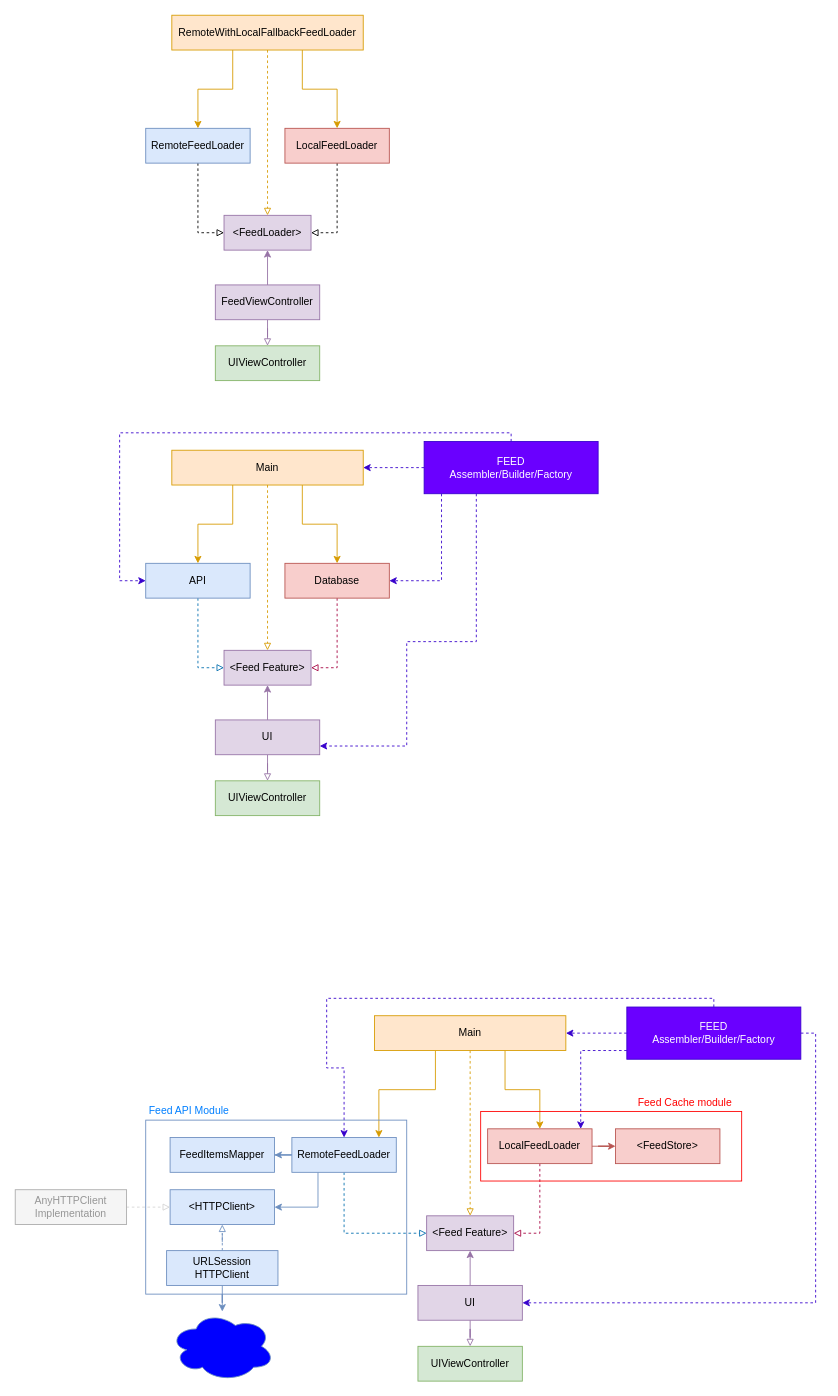
This is Untitled Diagram.drawio from zmkhtr/diagrams, a draw.io file, before an edit. Source tidied: cells renumbered, new cells numbered last; positions are measured from the earlier drawing's top-left corner, leaving out a move shared by most shapes. Both pictures are drawn from the tidied source at 87%, with x=0, y=0 at pixel (15, 15).
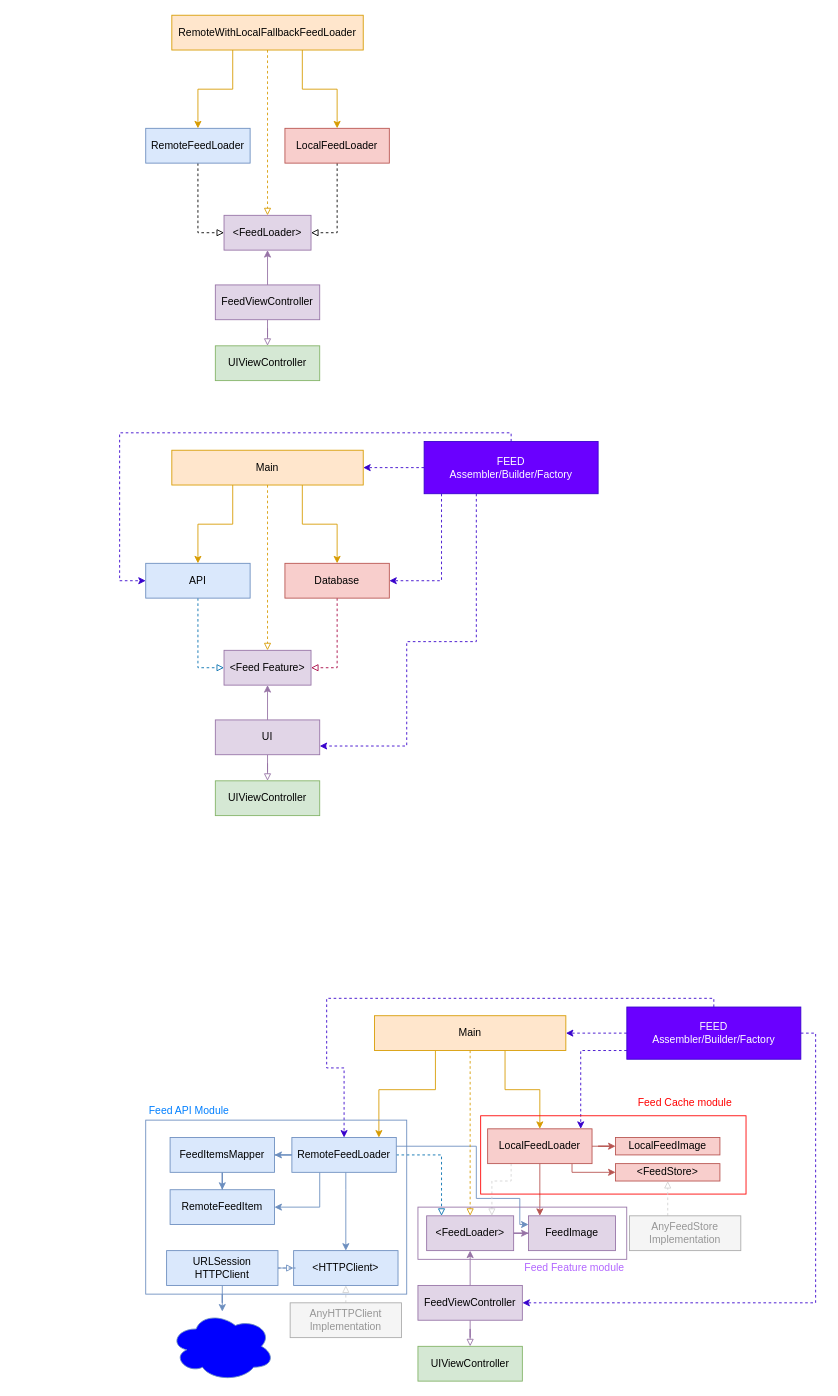
The same page after the edit.

Unchanged cells that the change refers to:
```xml
<mxCell id="41" value="RemoteFeedLoader" style="rounded=0;whiteSpace=wrap;html=1;fillColor=#dae8fc;strokeColor=#6c8ebf;" parent="1" vertex="1">
  <mxGeometry x="318" y="1290" width="120" height="40" as="geometry" />
</mxCell>
<mxCell id="44" value="LocalFeedLoader" style="rounded=0;whiteSpace=wrap;html=1;fillColor=#f8cecc;strokeColor=#b85450;" parent="1" vertex="1">
  <mxGeometry x="543" y="1280" width="120" height="40" as="geometry" />
</mxCell>
<mxCell id="54" value="FeedItemsMapper" style="rounded=0;whiteSpace=wrap;html=1;fillColor=#dae8fc;strokeColor=#6c8ebf;" parent="1" vertex="1">
  <mxGeometry x="178" y="1290" width="120" height="40" as="geometry" />
</mxCell>
```

Change to the diagram source:
```diff
@@
-    <mxCell id="35" value="UI" style="rounded=0;whiteSpace=wrap;html=1;fillColor=#e1d5e7;strokeColor=#9673a6;" parent="1" vertex="1">
+    <mxCell id="35" value="FeedViewController" style="rounded=0;whiteSpace=wrap;html=1;fillColor=#e1d5e7;strokeColor=#9673a6;" parent="1" vertex="1">
       <mxGeometry x="462.9" y="1460" width="120" height="40" as="geometry" />
     </mxCell>
@@
+    <mxCell id="67" style="edgeStyle=orthogonalEdgeStyle;rounded=0;jettySize=auto;html=1;entryX=0;entryY=0.5;entryDx=0;entryDy=0;labelBackgroundColor=default;fontColor=#1726FF;strokeColor=#9673a6;endFill=1;fillColor=#e1d5e7;" parent="1" edge="1" source="37" target="73">
+      <mxGeometry relative="1" as="geometry" />
+    </mxCell>
-    <mxCell id="37" value="&amp;lt;Feed Feature&amp;gt;" style="rounded=0;whiteSpace=wrap;html=1;fillColor=#e1d5e7;strokeColor=#9673a6;" parent="1" vertex="1">
+    <mxCell id="37" value="&amp;lt;FeedLoader&amp;gt;" style="rounded=0;whiteSpace=wrap;html=1;fillColor=#e1d5e7;strokeColor=#9673a6;" parent="1" vertex="1">
       <mxGeometry x="472.9" y="1380" width="100" height="40" as="geometry" />
     </mxCell>
-    <mxCell id="38" style="edgeStyle=orthogonalEdgeStyle;rounded=0;jettySize=auto;html=1;entryX=0;entryY=0.5;entryDx=0;entryDy=0;fontColor=#1726FF;endArrow=block;endFill=0;dashed=1;fillColor=#1ba1e2;strokeColor=#006EAF;exitX=0.5;exitY=1;exitDx=0;exitDy=0;" parent="1" edge="1" source="41" target="37">
-      <mxGeometry relative="1" as="geometry" />
+    <mxCell id="38" style="edgeStyle=orthogonalEdgeStyle;rounded=0;jettySize=auto;html=1;fontColor=#1726FF;endArrow=block;endFill=0;dashed=1;fillColor=#1ba1e2;strokeColor=#006EAF;exitX=1;exitY=0.5;exitDx=0;exitDy=0;" parent="1" edge="1" source="41">
+      <mxGeometry relative="1" as="geometry">
+        <mxPoint x="490" y="1380" as="targetPoint" />
+        <Array as="points">
+          <mxPoint x="490" y="1310" />
+        </Array>
+      </mxGeometry>
     </mxCell>
-    <mxCell id="39" style="edgeStyle=orthogonalEdgeStyle;rounded=0;jettySize=auto;html=1;entryX=1;entryY=0.5;entryDx=0;entryDy=0;fillColor=#dae8fc;strokeColor=#6c8ebf;" parent="1" edge="1" source="41" target="55">
+    <mxCell id="39" style="edgeStyle=orthogonalEdgeStyle;rounded=0;jettySize=auto;html=1;entryX=0.5;entryY=0;entryDx=0;entryDy=0;fillColor=#dae8fc;strokeColor=#6c8ebf;" parent="1" edge="1" source="41" target="55">
       <mxGeometry relative="1" as="geometry">
         <Array as="points">
-          <mxPoint x="348" y="1370" />
+          <mxPoint x="380" y="1350" />
+          <mxPoint x="380" y="1350" />
         </Array>
       </mxGeometry>
     </mxCell>
@@
+    <mxCell id="68" style="edgeStyle=orthogonalEdgeStyle;rounded=0;jettySize=auto;html=1;labelBackgroundColor=default;fontColor=default;strokeColor=#6c8ebf;entryX=1;entryY=0.5;entryDx=0;entryDy=0;fillColor=#dae8fc;" parent="1" edge="1" source="41" target="74">
+      <mxGeometry relative="1" as="geometry">
+        <Array as="points">
+          <mxPoint x="350" y="1370" />
+        </Array>
+      </mxGeometry>
+    </mxCell>
+    <mxCell id="69" style="edgeStyle=orthogonalEdgeStyle;rounded=0;jettySize=auto;html=1;entryX=0;entryY=0.25;entryDx=0;entryDy=0;labelBackgroundColor=default;fontColor=default;strokeColor=#6c8ebf;fillColor=#dae8fc;" parent="1" edge="1" source="41" target="73">
+      <mxGeometry relative="1" as="geometry">
+        <Array as="points">
+          <mxPoint x="530" y="1300" />
+          <mxPoint x="530" y="1360" />
+          <mxPoint x="580" y="1360" />
+          <mxPoint x="580" y="1390" />
+        </Array>
+      </mxGeometry>
+    </mxCell>
@@
+    <mxCell id="43" style="edgeStyle=orthogonalEdgeStyle;rounded=0;jettySize=auto;html=1;entryX=0;entryY=0.5;entryDx=0;entryDy=0;fontColor=#FF0000;labelBackgroundColor=none;fillColor=#f8cecc;strokeColor=#b85450;" parent="1" edge="1" source="44" target="62">
+      <mxGeometry relative="1" as="geometry" />
+    </mxCell>
+    <mxCell id="70" style="edgeStyle=orthogonalEdgeStyle;rounded=0;jettySize=auto;html=1;labelBackgroundColor=none;fontColor=#FF0000;strokeColor=#b85450;fillColor=#f8cecc;" parent="1" edge="1" source="44" target="73">
+      <mxGeometry relative="1" as="geometry">
+        <Array as="points">
+          <mxPoint x="603" y="1360" />
+          <mxPoint x="603" y="1360" />
+        </Array>
+      </mxGeometry>
+    </mxCell>
+    <mxCell id="71" style="edgeStyle=orthogonalEdgeStyle;rounded=0;jettySize=auto;html=1;entryX=0;entryY=0.5;entryDx=0;entryDy=0;labelBackgroundColor=none;fontColor=#FF0000;strokeColor=#b85450;fillColor=#f8cecc;" parent="1" edge="1" source="44" target="75">
+      <mxGeometry relative="1" as="geometry">
+        <Array as="points">
+          <mxPoint x="640" y="1330" />
+        </Array>
+      </mxGeometry>
+    </mxCell>
-    <mxCell id="42" style="edgeStyle=orthogonalEdgeStyle;rounded=0;jettySize=auto;html=1;entryX=1;entryY=0.5;entryDx=0;entryDy=0;fontColor=#1726FF;endArrow=block;endFill=0;dashed=1;fillColor=#d80073;strokeColor=#A50040;" parent="1" edge="1" source="44" target="37">
-      <mxGeometry relative="1" as="geometry" />
+    <mxCell id="42" style="edgeStyle=orthogonalEdgeStyle;rounded=0;jettySize=auto;html=1;labelBackgroundColor=default;fontColor=default;strokeColor=#D4D4D4;entryX=0.75;entryY=0;entryDx=0;entryDy=0;endArrow=block;endFill=0;dashed=1;fillColor=#dae8fc;" parent="1" edge="1" source="44" target="37">
+      <mxGeometry relative="1" as="geometry">
+        <Array as="points">
+          <mxPoint x="570" y="1340" />
+          <mxPoint x="548" y="1340" />
+        </Array>
+      </mxGeometry>
     </mxCell>
-    <mxCell id="43" style="edgeStyle=orthogonalEdgeStyle;rounded=0;jettySize=auto;html=1;entryX=0;entryY=0.5;entryDx=0;entryDy=0;fontColor=#FF0000;labelBackgroundColor=none;fillColor=#f8cecc;strokeColor=#b85450;" parent="1" edge="1" source="44" target="62">
-      <mxGeometry relative="1" as="geometry" />
-    </mxCell>
@@
+    <mxCell id="72" style="edgeStyle=orthogonalEdgeStyle;rounded=0;jettySize=auto;html=1;labelBackgroundColor=default;fontColor=default;strokeColor=#6c8ebf;fillColor=#dae8fc;" parent="1" edge="1" source="54" target="74">
+      <mxGeometry relative="1" as="geometry" />
+    </mxCell>
@@
     <mxCell id="55" value="&amp;lt;HTTPClient&amp;gt;" style="rounded=0;whiteSpace=wrap;html=1;fillColor=#dae8fc;strokeColor=#6c8ebf;" parent="1" vertex="1">
-      <mxGeometry x="178" y="1350" width="120" height="40" as="geometry" />
+      <mxGeometry x="320" y="1420" width="120" height="40" as="geometry" />
     </mxCell>
@@
-    <mxCell id="62" value="&amp;lt;FeedStore&amp;gt;" style="rounded=0;whiteSpace=wrap;html=1;fillColor=#f8cecc;strokeColor=#b85450;" parent="1" vertex="1">
-      <mxGeometry x="690" y="1280" width="120" height="40" as="geometry" />
+    <mxCell id="62" value="LocalFeedImage" style="rounded=0;whiteSpace=wrap;html=1;fillColor=#f8cecc;strokeColor=#b85450;" parent="1" vertex="1">
+      <mxGeometry x="690" y="1290" width="120" height="20" as="geometry" />
     </mxCell>
     <mxCell id="63" style="rounded=0;whiteSpace=wrap;html=1;fillColor=none;strokeColor=#FF0000;" parent="1" vertex="1">
-      <mxGeometry x="535" y="1260" width="300" height="80" as="geometry" />
+      <mxGeometry x="535" y="1265" width="305" height="90" as="geometry" />
     </mxCell>
@@
-    <mxCell id="65" style="edgeStyle=orthogonalEdgeStyle;rounded=0;jettySize=auto;html=1;endArrow=block;endFill=0;dashed=1;fillColor=#dae8fc;strokeColor=#D4D4D4;exitX=1;exitY=0.5;exitDx=0;exitDy=0;entryX=0;entryY=0.5;entryDx=0;entryDy=0;" parent="1" edge="1" source="66" target="55">
-      <mxGeometry relative="1" as="geometry">
-        <Array as="points">
-          <mxPoint x="110" y="1370" />
-        </Array>
-      </mxGeometry>
+    <mxCell id="65" style="edgeStyle=orthogonalEdgeStyle;rounded=0;jettySize=auto;html=1;endArrow=block;endFill=0;dashed=1;fillColor=#dae8fc;strokeColor=#D4D4D4;exitX=0.5;exitY=0;exitDx=0;exitDy=0;entryX=0.5;entryY=1;entryDx=0;entryDy=0;" parent="1" edge="1" source="66" target="55">
+      <mxGeometry relative="1" as="geometry" />
     </mxCell>
     <mxCell id="66" value="&lt;font color=&quot;#969696&quot;&gt;AnyHTTPClient&lt;br&gt;Implementation&lt;br&gt;&lt;/font&gt;" style="rounded=0;whiteSpace=wrap;html=1;fillColor=#F5F5F5;strokeColor=#ABABAB;fontColor=#333333;" parent="1" vertex="1">
-      <mxGeometry y="1350" width="128" height="40" as="geometry" />
+      <mxGeometry x="316" y="1480" width="128" height="40" as="geometry" />
     </mxCell>
+    <mxCell id="73" value="FeedImage" style="rounded=0;whiteSpace=wrap;html=1;fillColor=#e1d5e7;strokeColor=#9673a6;" parent="1" vertex="1">
+      <mxGeometry x="590" y="1380" width="100" height="40" as="geometry" />
+    </mxCell>
+    <mxCell id="74" value="RemoteFeedItem" style="rounded=0;whiteSpace=wrap;html=1;fillColor=#dae8fc;strokeColor=#6c8ebf;" parent="1" vertex="1">
+      <mxGeometry x="178" y="1350" width="120" height="40" as="geometry" />
+    </mxCell>
+    <mxCell id="75" value="&amp;lt;FeedStore&amp;gt;" style="rounded=0;whiteSpace=wrap;html=1;fillColor=#f8cecc;strokeColor=#b85450;" parent="1" vertex="1">
+      <mxGeometry x="690" y="1320" width="120" height="20" as="geometry" />
+    </mxCell>
+    <mxCell id="76" style="edgeStyle=orthogonalEdgeStyle;rounded=0;jettySize=auto;html=1;endArrow=block;endFill=0;dashed=1;fillColor=#dae8fc;strokeColor=#D4D4D4;exitX=0.379;exitY=0.034;exitDx=0;exitDy=0;entryX=0.5;entryY=1;entryDx=0;entryDy=0;exitPerimeter=0;" parent="1" edge="1" source="77" target="75">
+      <mxGeometry relative="1" as="geometry">
+        <Array as="points">
+          <mxPoint x="751" y="1380" />
+          <mxPoint x="750" y="1380" />
+        </Array>
+      </mxGeometry>
+    </mxCell>
+    <mxCell id="77" value="&lt;font color=&quot;#969696&quot;&gt;AnyFeedStore&lt;br&gt;Implementation&lt;br&gt;&lt;/font&gt;" style="rounded=0;whiteSpace=wrap;html=1;fillColor=#F5F5F5;strokeColor=#ABABAB;fontColor=#333333;" parent="1" vertex="1">
+      <mxGeometry x="706" y="1380" width="128" height="40" as="geometry" />
+    </mxCell>
+    <mxCell id="78" style="rounded=0;whiteSpace=wrap;html=1;fillColor=none;strokeColor=#9673a6;" parent="1" vertex="1">
+      <mxGeometry x="462.9" y="1370" width="240" height="60" as="geometry" />
+    </mxCell>
+    <mxCell id="79" value="&lt;font color=&quot;#b266ff&quot;&gt;Feed Feature module&lt;/font&gt;" style="text;html=1;strokeColor=none;fillColor=none;align=center;verticalAlign=middle;whiteSpace=wrap;rounded=0;fontColor=#FF0000;" parent="1" vertex="1">
+      <mxGeometry x="583" y="1430" width="120" height="20" as="geometry" />
+    </mxCell>
```
